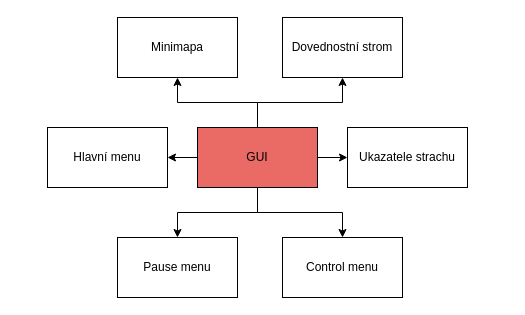
Before: GUI.drawio in Jurgee/BP, a draw.io diagram. Source tidied: cells renumbered, new cells numbered last; positions are measured from the earlier drawing's top-left corner, leaving out a move shared by most shapes. Both pictures are drawn from the tidied source at 100%, with x=0, y=0 at pixel (47, 17).
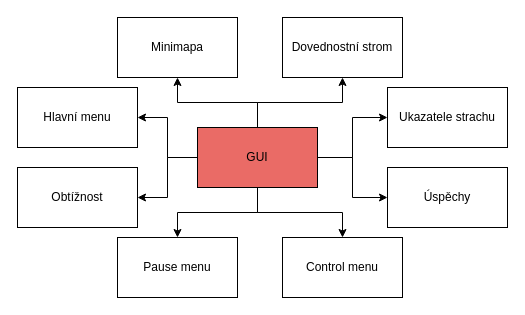
Above is the later version.

The edit, as a diff of the source:
```diff
@@
 <mxGraphModel>
   <root>
     <mxCell id="0" />
     <mxCell id="1" parent="0" />
     <mxCell id="2" style="edgeStyle=orthogonalEdgeStyle;rounded=0;jettySize=auto;html=1;entryX=1;entryY=0.5;entryDx=0;entryDy=0;" parent="1" edge="1" source="8" target="9">
       <mxGeometry relative="1" as="geometry" />
     </mxCell>
     <mxCell id="3" style="edgeStyle=orthogonalEdgeStyle;rounded=0;jettySize=auto;html=1;entryX=0.5;entryY=1;entryDx=0;entryDy=0;" parent="1" edge="1" source="8" target="13">
       <mxGeometry relative="1" as="geometry" />
     </mxCell>
     <mxCell id="4" style="edgeStyle=orthogonalEdgeStyle;rounded=0;jettySize=auto;html=1;entryX=0;entryY=0.5;entryDx=0;entryDy=0;" parent="1" edge="1" source="8" target="12">
       <mxGeometry relative="1" as="geometry" />
     </mxCell>
     <mxCell id="5" style="edgeStyle=orthogonalEdgeStyle;rounded=0;jettySize=auto;html=1;entryX=0.5;entryY=0;entryDx=0;entryDy=0;" parent="1" edge="1" source="8" target="11">
       <mxGeometry relative="1" as="geometry" />
     </mxCell>
     <mxCell id="6" style="edgeStyle=orthogonalEdgeStyle;rounded=0;jettySize=auto;html=1;entryX=0.5;entryY=0;entryDx=0;entryDy=0;" parent="1" edge="1" source="8" target="10">
       <mxGeometry relative="1" as="geometry" />
     </mxCell>
     <mxCell id="7" style="edgeStyle=orthogonalEdgeStyle;rounded=0;jettySize=auto;html=1;entryX=0.5;entryY=1;entryDx=0;entryDy=0;" parent="1" edge="1" source="8" target="14">
       <mxGeometry relative="1" as="geometry" />
     </mxCell>
+    <mxCell id="15" style="edgeStyle=orthogonalEdgeStyle;rounded=0;jettySize=auto;html=1;entryX=0;entryY=0.5;entryDx=0;entryDy=0;" parent="1" edge="1" source="8" target="17">
+      <mxGeometry relative="1" as="geometry" />
+    </mxCell>
+    <mxCell id="16" style="edgeStyle=orthogonalEdgeStyle;rounded=0;jettySize=auto;html=1;entryX=1;entryY=0.5;entryDx=0;entryDy=0;" parent="1" edge="1" source="8" target="18">
+      <mxGeometry relative="1" as="geometry" />
+    </mxCell>
     <mxCell id="8" value="GUI" style="rounded=0;whiteSpace=wrap;html=1;fillColor=#EA6B66;" parent="1" vertex="1">
       <mxGeometry x="150" y="110" width="120" height="60" as="geometry" />
     </mxCell>
     <mxCell id="9" value="Hlavní menu" style="rounded=0;whiteSpace=wrap;html=1;" parent="1" vertex="1">
-      <mxGeometry y="110" width="120" height="60" as="geometry" />
+      <mxGeometry x="-30" y="70" width="120" height="60" as="geometry" />
     </mxCell>
     <mxCell id="10" value="Pause menu" style="rounded=0;whiteSpace=wrap;html=1;" parent="1" vertex="1">
       <mxGeometry x="70" y="220" width="120" height="60" as="geometry" />
     </mxCell>
     <mxCell id="11" value="Control menu" style="rounded=0;whiteSpace=wrap;html=1;" parent="1" vertex="1">
       <mxGeometry x="235" y="220" width="120" height="60" as="geometry" />
     </mxCell>
     <mxCell id="12" value="Ukazatele strachu" style="rounded=0;whiteSpace=wrap;html=1;" parent="1" vertex="1">
-      <mxGeometry x="300" y="110" width="120" height="60" as="geometry" />
+      <mxGeometry x="340" y="70" width="120" height="60" as="geometry" />
     </mxCell>
     <mxCell id="13" value="Minimapa" style="rounded=0;whiteSpace=wrap;html=1;" parent="1" vertex="1">
       <mxGeometry x="70" width="120" height="60" as="geometry" />
     </mxCell>
     <mxCell id="14" value="Dovednostní strom" style="rounded=0;whiteSpace=wrap;html=1;" parent="1" vertex="1">
       <mxGeometry x="235" width="120" height="60" as="geometry" />
     </mxCell>
+    <mxCell id="17" value="Úspěchy" style="rounded=0;whiteSpace=wrap;html=1;" parent="1" vertex="1">
+      <mxGeometry x="340" y="150" width="120" height="60" as="geometry" />
+    </mxCell>
+    <mxCell id="18" value="Obtížnost" style="rounded=0;whiteSpace=wrap;html=1;" parent="1" vertex="1">
+      <mxGeometry x="-30" y="150" width="120" height="60" as="geometry" />
+    </mxCell>
   </root>
 </mxGraphModel>
```
